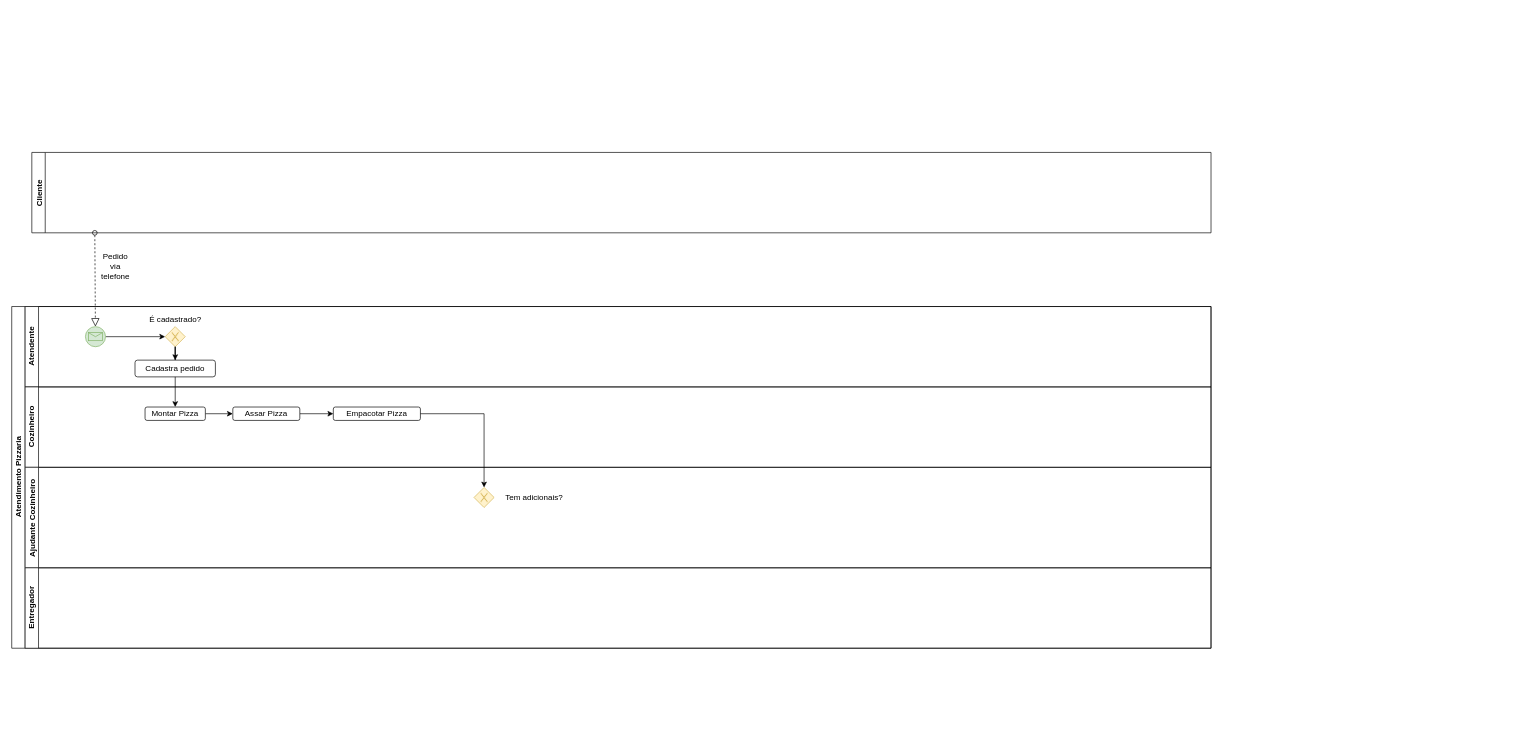
Before: trabalho2.drawio in gusleaooliveira/bpmn, a draw.io diagram. Source tidied: cells renumbered, new cells numbered last; positions are measured from the earlier drawing's top-left corner, leaving out a move shared by most shapes. Both pictures are drawn from the tidied source at 67%, with x=0, y=0 at pixel (11, 152).
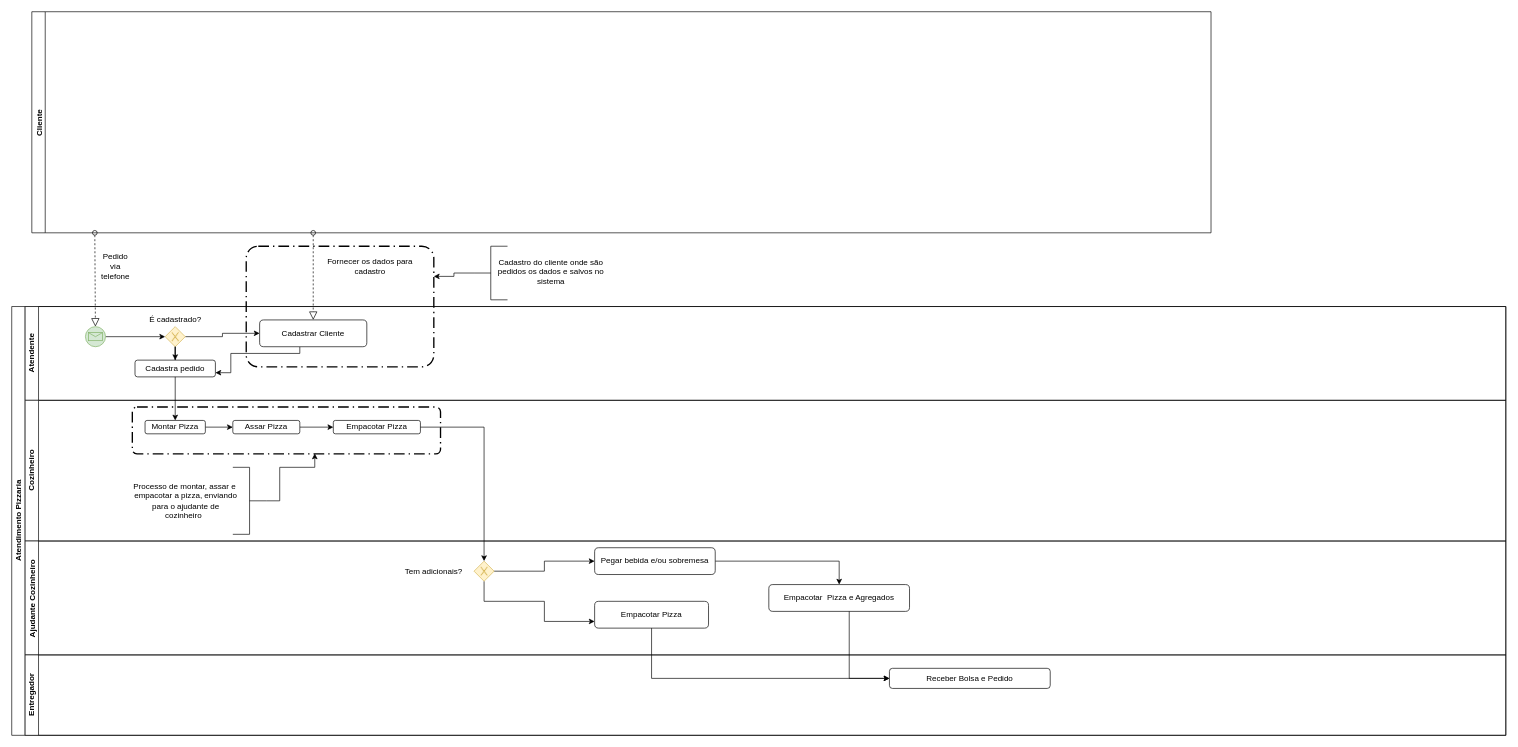
The same page after the edit.

The change refers to these unchanged cells:
```xml
<mxCell id="6" style="shape=mxgraph.bpmn.shape;html=1;verticalLabelPosition=bottom;labelBackgroundColor=#ffffff;verticalAlign=top;align=center;perimeter=rhombusPerimeter;background=gateway;outlineConnect=0;outline=none;symbol=exclusiveGw;fillColor=#fff2cc;strokeColor=#d6b656;" parent="3" vertex="1">
  <mxGeometry x="209" y="30" width="30" height="30" as="geometry" />
</mxCell>
<mxCell id="9" value="Cadastra pedido" style="shape=ext;rounded=1;html=1;whiteSpace=wrap;" parent="3" vertex="1">
  <mxGeometry x="164" y="80" width="120" height="25" as="geometry" />
</mxCell>
<mxCell id="17" style="shape=mxgraph.bpmn.shape;html=1;verticalLabelPosition=bottom;labelBackgroundColor=#ffffff;verticalAlign=top;align=center;perimeter=rhombusPerimeter;background=gateway;outlineConnect=0;outline=none;symbol=exclusiveGw;fillColor=#fff2cc;strokeColor=#d6b656;" parent="16" vertex="1">
  <mxGeometry x="670" y="30" width="30" height="30" as="geometry" />
</mxCell>
```

Change to the diagram source:
```diff
@@
     <mxCell id="2" value="Atendimento Pizzaria" style="swimlane;html=1;horizontal=0;startSize=20;" parent="1" vertex="1">
-      <mxGeometry y="230" width="1790" height="510" as="geometry" />
+      <mxGeometry y="230" width="2230" height="640" as="geometry" />
     </mxCell>
     <mxCell id="3" value="Atendente" style="swimlane;html=1;startSize=20;horizontal=0;" parent="2" vertex="1">
-      <mxGeometry x="20" width="1770" height="120" as="geometry" />
+      <mxGeometry x="20" width="2210" height="140" as="geometry" />
     </mxCell>
@@
+    <mxCell id="25" style="edgeStyle=orthogonalEdgeStyle;rounded=0;jettySize=auto;html=1;entryX=1;entryY=0.75;entryDx=0;entryDy=0;" parent="3" edge="1" source="27" target="9">
+      <mxGeometry relative="1" as="geometry">
+        <Array as="points">
+          <mxPoint x="410" y="70" />
+          <mxPoint x="307" y="70" />
+          <mxPoint x="307" y="99" />
+        </Array>
+      </mxGeometry>
+    </mxCell>
+    <mxCell id="26" style="edgeStyle=orthogonalEdgeStyle;rounded=0;jettySize=auto;html=1;" parent="3" edge="1" source="6" target="27">
+      <mxGeometry relative="1" as="geometry" />
+    </mxCell>
+    <mxCell id="27" value="Cadastrar Cliente" style="rounded=1;whiteSpace=wrap;html=1;" parent="3" vertex="1">
+      <mxGeometry x="350" y="20" width="160" height="40" as="geometry" />
+    </mxCell>
@@
     <mxCell id="10" value="Cozinheiro" style="swimlane;html=1;startSize=20;horizontal=0;" parent="2" vertex="1">
-      <mxGeometry x="20" y="120" width="1770" height="120" as="geometry" />
+      <mxGeometry x="20" y="140" width="2210" height="210" as="geometry" />
     </mxCell>
@@
+    <mxCell id="28" style="rounded=1;arcSize=10;dashed=1;strokeColor=#000000;fillColor=none;gradientColor=none;dashPattern=8 3 1 3;strokeWidth=2;" parent="10" vertex="1">
+      <mxGeometry x="160" y="10" width="460" height="70" as="geometry" />
+    </mxCell>
+    <mxCell id="29" style="edgeStyle=orthogonalEdgeStyle;rounded=0;jettySize=auto;html=1;entryX=0.592;entryY=0.99;entryDx=0;entryDy=0;entryPerimeter=0;" parent="10" edge="1" source="31" target="28">
+      <mxGeometry relative="1" as="geometry">
+        <Array as="points">
+          <mxPoint x="335" y="150" />
+          <mxPoint x="380" y="150" />
+          <mxPoint x="380" y="100" />
+          <mxPoint x="432" y="100" />
+        </Array>
+      </mxGeometry>
+    </mxCell>
+    <mxCell id="30" value="Processo de montar, assar e&amp;nbsp; empacotar a pizza, enviando para o ajudante de cozinheiro&amp;nbsp;&amp;nbsp;" style="text;html=1;strokeColor=none;fillColor=none;align=center;verticalAlign=middle;whiteSpace=wrap;rounded=0;" parent="10" vertex="1">
+      <mxGeometry x="160" y="110" width="160" height="80" as="geometry" />
+    </mxCell>
+    <mxCell id="31" style="html=1;shape=mxgraph.flowchart.annotation_2;align=left;labelPosition=right;rotation=-180;" parent="10" vertex="1">
+      <mxGeometry x="310" y="100" width="50" height="100" as="geometry" />
+    </mxCell>
     <mxCell id="16" value="Ajudante Cozinheiro" style="swimlane;startSize=20;horizontal=0;" parent="2" vertex="1">
-      <mxGeometry x="20" y="240" width="1770" height="150" as="geometry" />
+      <mxGeometry x="20" y="350" width="2210" height="170" as="geometry" />
     </mxCell>
+    <mxCell id="32" style="edgeStyle=orthogonalEdgeStyle;rounded=0;jettySize=auto;html=1;" parent="16" edge="1" source="33" target="36">
+      <mxGeometry relative="1" as="geometry" />
+    </mxCell>
+    <mxCell id="33" value="Pegar bebida e/ou sobremesa" style="shape=ext;rounded=1;html=1;whiteSpace=wrap;" parent="16" vertex="1">
+      <mxGeometry x="850" y="10" width="180" height="40" as="geometry" />
+    </mxCell>
+    <mxCell id="34" style="edgeStyle=orthogonalEdgeStyle;rounded=0;jettySize=auto;html=1;" parent="16" edge="1" source="17" target="33">
+      <mxGeometry relative="1" as="geometry" />
+    </mxCell>
+    <mxCell id="35" style="edgeStyle=orthogonalEdgeStyle;rounded=0;jettySize=auto;html=1;entryX=0;entryY=0.75;entryDx=0;entryDy=0;" parent="16" edge="1" source="17" target="37">
+      <mxGeometry relative="1" as="geometry">
+        <Array as="points">
+          <mxPoint x="685" y="90" />
+          <mxPoint x="775" y="90" />
+          <mxPoint x="775" y="120" />
+        </Array>
+      </mxGeometry>
+    </mxCell>
@@
     <mxCell id="18" value="Tem adicionais?" style="text;html=1;strokeColor=none;fillColor=none;align=center;verticalAlign=middle;whiteSpace=wrap;rounded=0;" parent="16" vertex="1">
-      <mxGeometry x="710" y="35" width="100" height="20" as="geometry" />
+      <mxGeometry x="560" y="35" width="100" height="20" as="geometry" />
     </mxCell>
+    <mxCell id="36" value="Empacotar&amp;nbsp; Pizza e Agregados" style="shape=ext;rounded=1;html=1;whiteSpace=wrap;" parent="16" vertex="1">
+      <mxGeometry x="1110" y="65" width="210" height="40" as="geometry" />
+    </mxCell>
+    <mxCell id="37" value="Empacotar Pizza" style="shape=ext;rounded=1;html=1;whiteSpace=wrap;" parent="16" vertex="1">
+      <mxGeometry x="850" y="90" width="170" height="40" as="geometry" />
+    </mxCell>
     <mxCell id="19" value="Entregador" style="swimlane;html=1;startSize=20;horizontal=0;" parent="2" vertex="1">
-      <mxGeometry x="20" y="390" width="1770" height="120" as="geometry" />
+      <mxGeometry x="20" y="520" width="2210" height="120" as="geometry" />
     </mxCell>
+    <mxCell id="38" value="Receber Bolsa e Pedido" style="shape=ext;rounded=1;html=1;whiteSpace=wrap;" parent="19" vertex="1">
+      <mxGeometry x="1290" y="20" width="240" height="30" as="geometry" />
+    </mxCell>
@@
+    <mxCell id="39" style="edgeStyle=orthogonalEdgeStyle;rounded=0;jettySize=auto;html=1;" parent="2" edge="1" source="36" target="38">
+      <mxGeometry relative="1" as="geometry">
+        <Array as="points">
+          <mxPoint x="1250" y="450" />
+        </Array>
+      </mxGeometry>
+    </mxCell>
+    <mxCell id="40" style="edgeStyle=orthogonalEdgeStyle;rounded=0;jettySize=auto;html=1;" parent="2" edge="1" source="37" target="38">
+      <mxGeometry relative="1" as="geometry">
+        <Array as="points">
+          <mxPoint x="955" y="480" />
+        </Array>
+      </mxGeometry>
+    </mxCell>
     <mxCell id="22" value="Cliente" style="swimlane;startSize=20;horizontal=0;" parent="1" vertex="1">
-      <mxGeometry x="30" width="1760" height="120" as="geometry" />
+      <mxGeometry x="30" y="-210" width="1760" height="330" as="geometry" />
     </mxCell>
@@
+    <mxCell id="41" style="startArrow=oval;startFill=0;startSize=7;endArrow=block;endFill=0;endSize=10;dashed=1;html=1;entryX=0.5;entryY=0;entryDx=0;entryDy=0;" parent="1" edge="1" target="27">
+      <mxGeometry relative="1" as="geometry">
+        <mxPoint x="450" y="120" as="sourcePoint" />
+      </mxGeometry>
+    </mxCell>
+    <mxCell id="42" value="Fornecer os dados para cadastro" style="text;html=1;strokeColor=none;fillColor=none;align=center;verticalAlign=middle;whiteSpace=wrap;rounded=0;" parent="1" vertex="1">
+      <mxGeometry x="470" y="145" width="130" height="50" as="geometry" />
+    </mxCell>
+    <mxCell id="43" style="rounded=1;arcSize=10;dashed=1;strokeColor=#000000;fillColor=none;gradientColor=none;dashPattern=8 3 1 3;strokeWidth=2;" parent="1" vertex="1">
+      <mxGeometry x="350" y="140" width="280" height="180" as="geometry" />
+    </mxCell>
+    <mxCell id="44" style="edgeStyle=orthogonalEdgeStyle;rounded=0;jettySize=auto;html=1;entryX=1;entryY=0.25;entryDx=0;entryDy=0;" parent="1" edge="1" source="45" target="43">
+      <mxGeometry relative="1" as="geometry" />
+    </mxCell>
+    <mxCell id="45" style="html=1;shape=mxgraph.flowchart.annotation_2;align=left;labelPosition=right;" parent="1" vertex="1">
+      <mxGeometry x="690" y="140" width="50" height="80" as="geometry" />
+    </mxCell>
+    <mxCell id="46" value="Cadastro do cliente onde são pedidos os dados e salvos no sistema" style="text;html=1;strokeColor=none;fillColor=none;align=center;verticalAlign=middle;whiteSpace=wrap;rounded=0;" parent="1" vertex="1">
+      <mxGeometry x="720" y="145" width="170" height="65" as="geometry" />
+    </mxCell>
```
